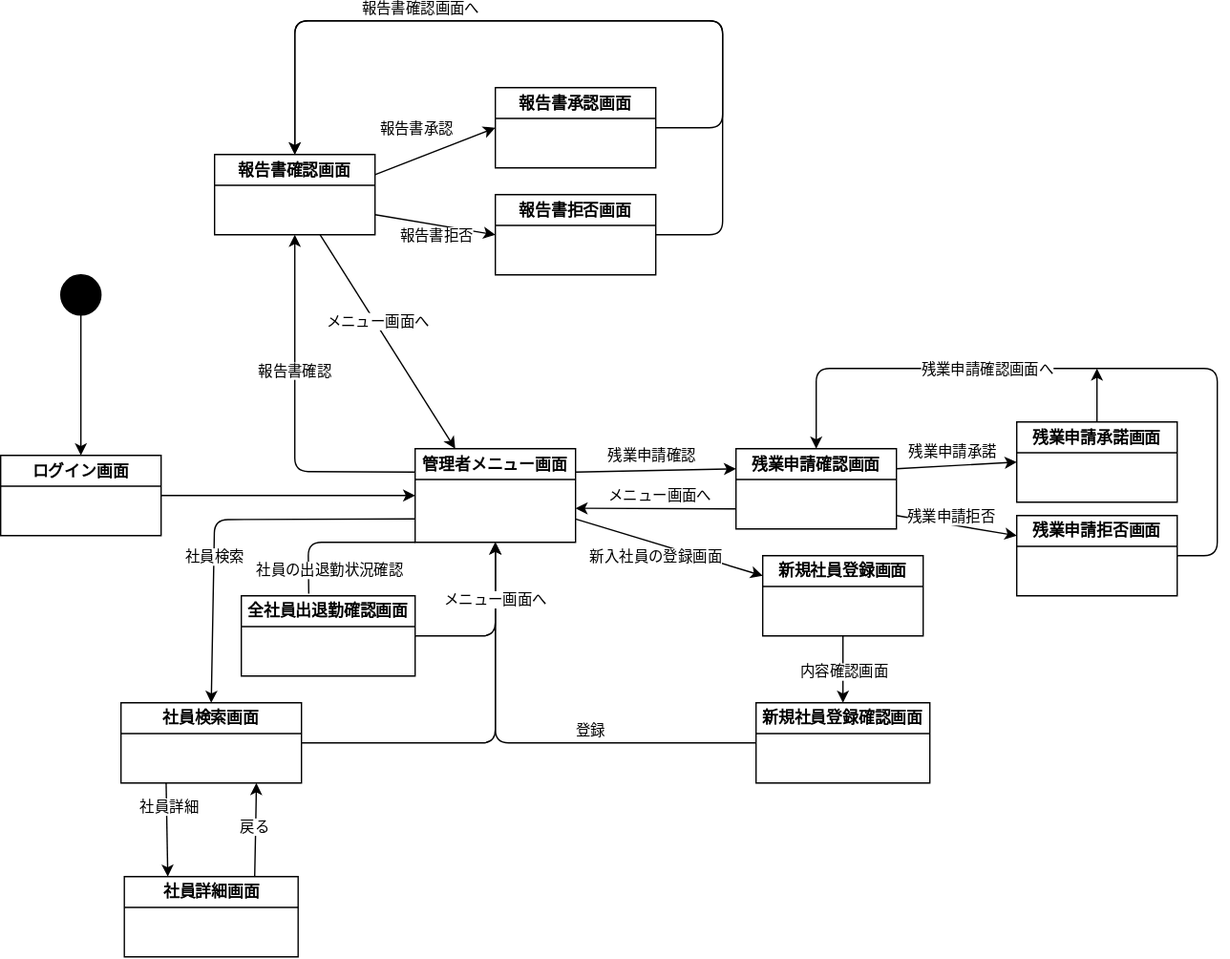
This is pro管理者.drawio.svg from hosoya0503/uml-intro, a draw.io export, as it was before one commit. Source tidied: cells renumbered, new cells last; positions are measured from the earlier drawing's top-left corner, leaving out a move shared by most shapes.
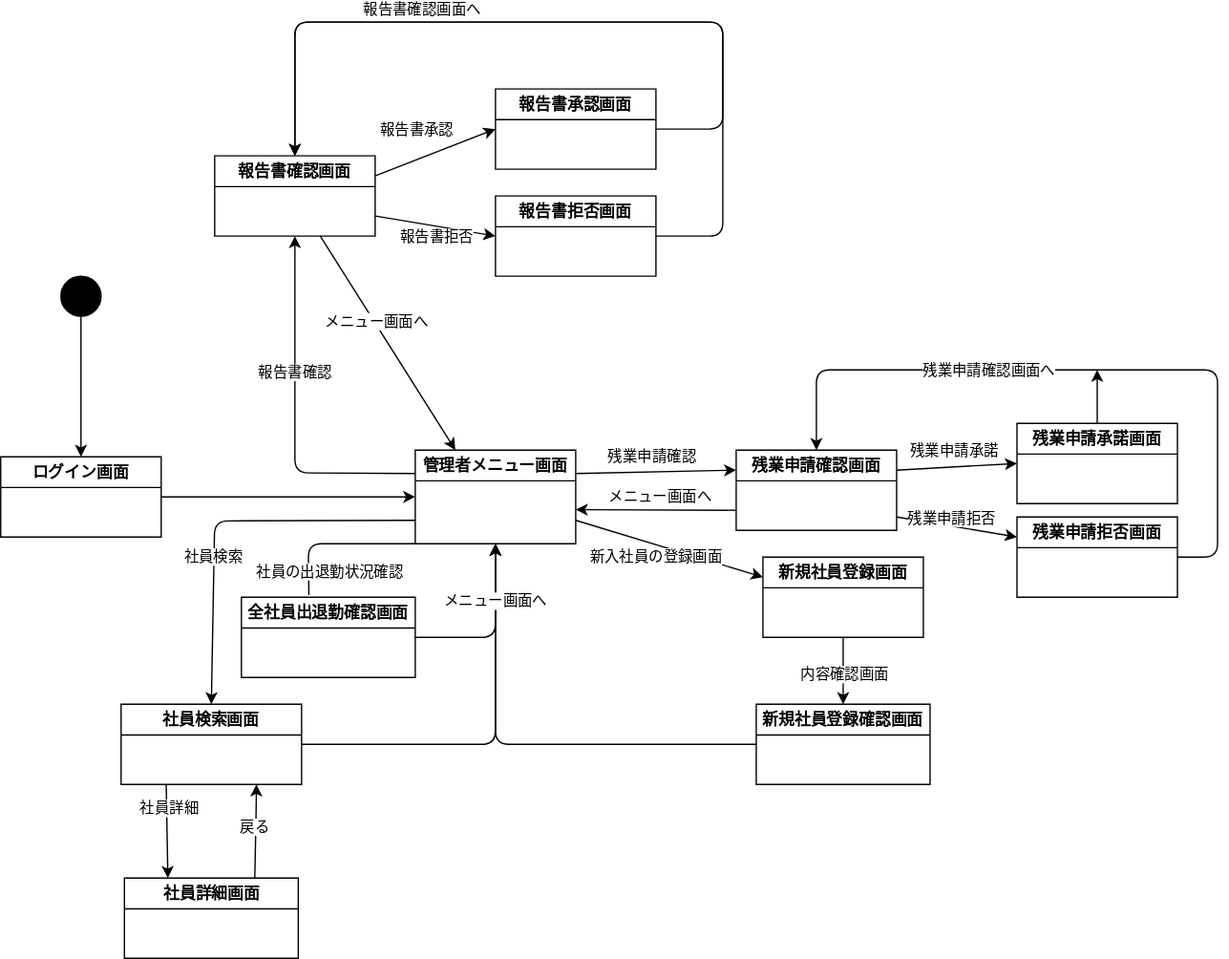
After the change.

Change to the diagram source:
```diff
@@ -140,11 +140,6 @@
         </Array>
       </mxGeometry>
     </mxCell>
-    <mxCell id="33" value="登録" style="edgeLabel;html=1;align=center;verticalAlign=middle;" parent="32" vertex="1">
-      <mxGeometry x="-0.12" y="-3" relative="1" as="geometry">
-        <mxPoint x="27" y="-7" as="offset" />
-      </mxGeometry>
-    </mxCell>
     <mxCell id="34" value="新規社員登録確認画面" style="swimlane;whiteSpace=wrap;html=1;" parent="1" vertex="1">
       <mxGeometry x="565" y="510" width="130" height="60" as="geometry" />
     </mxCell>
```
